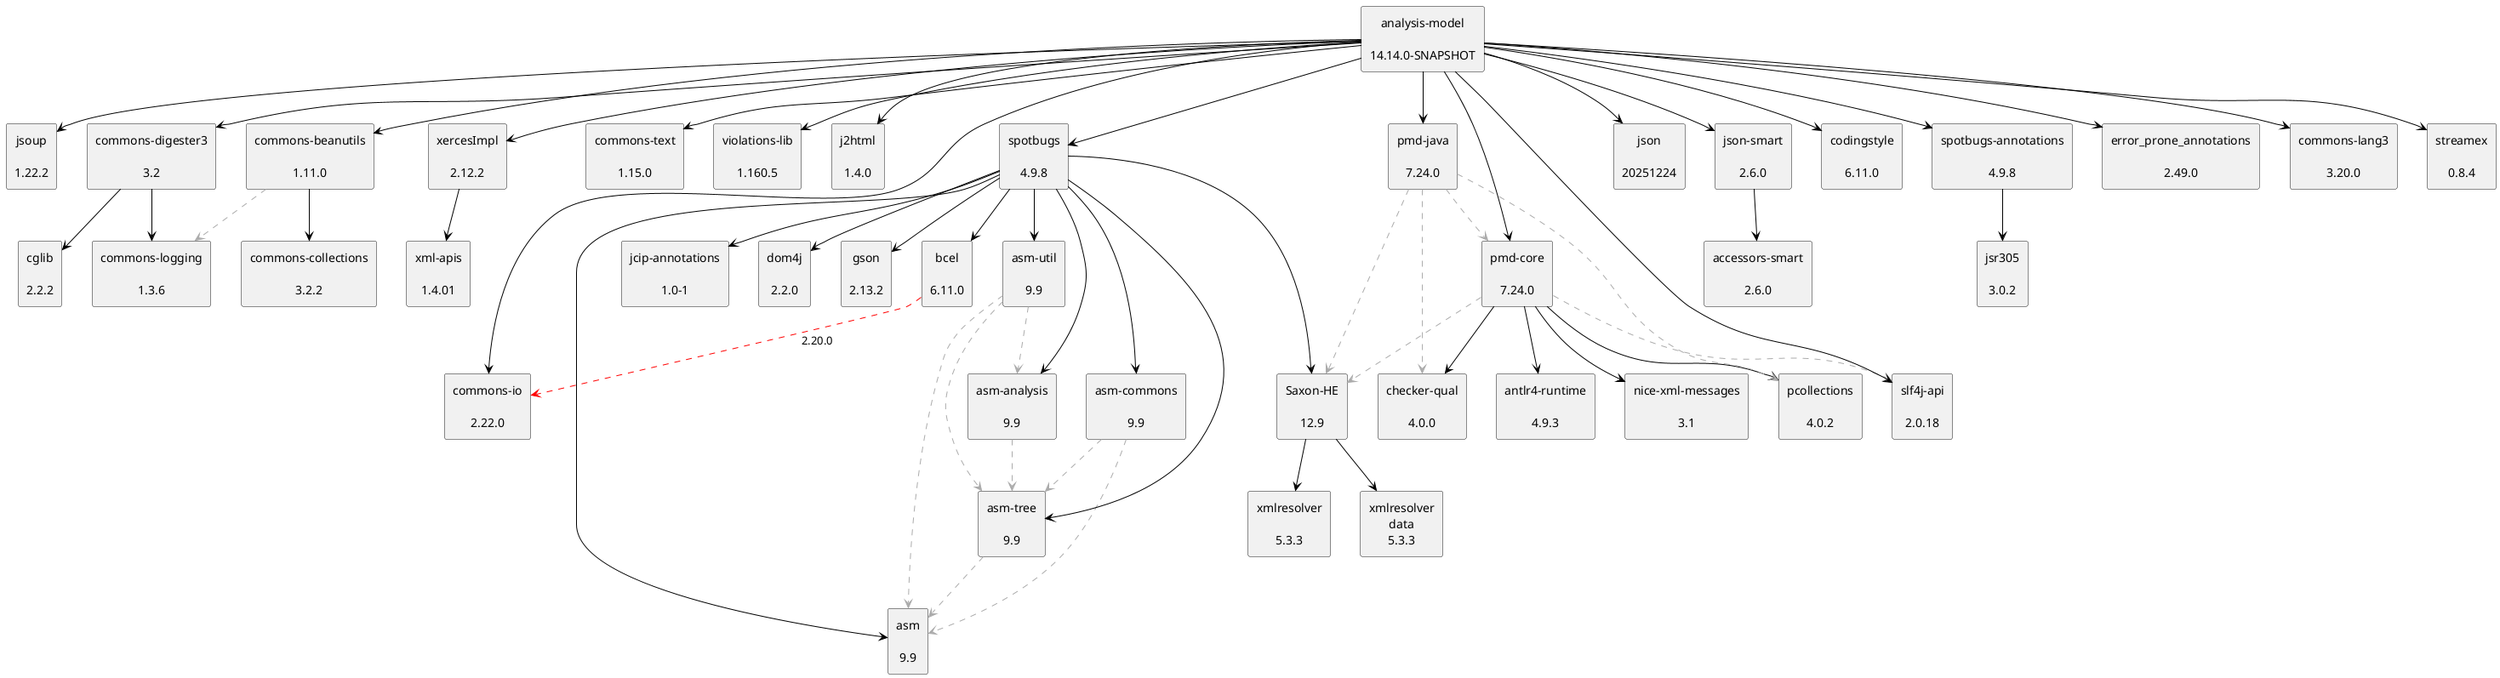
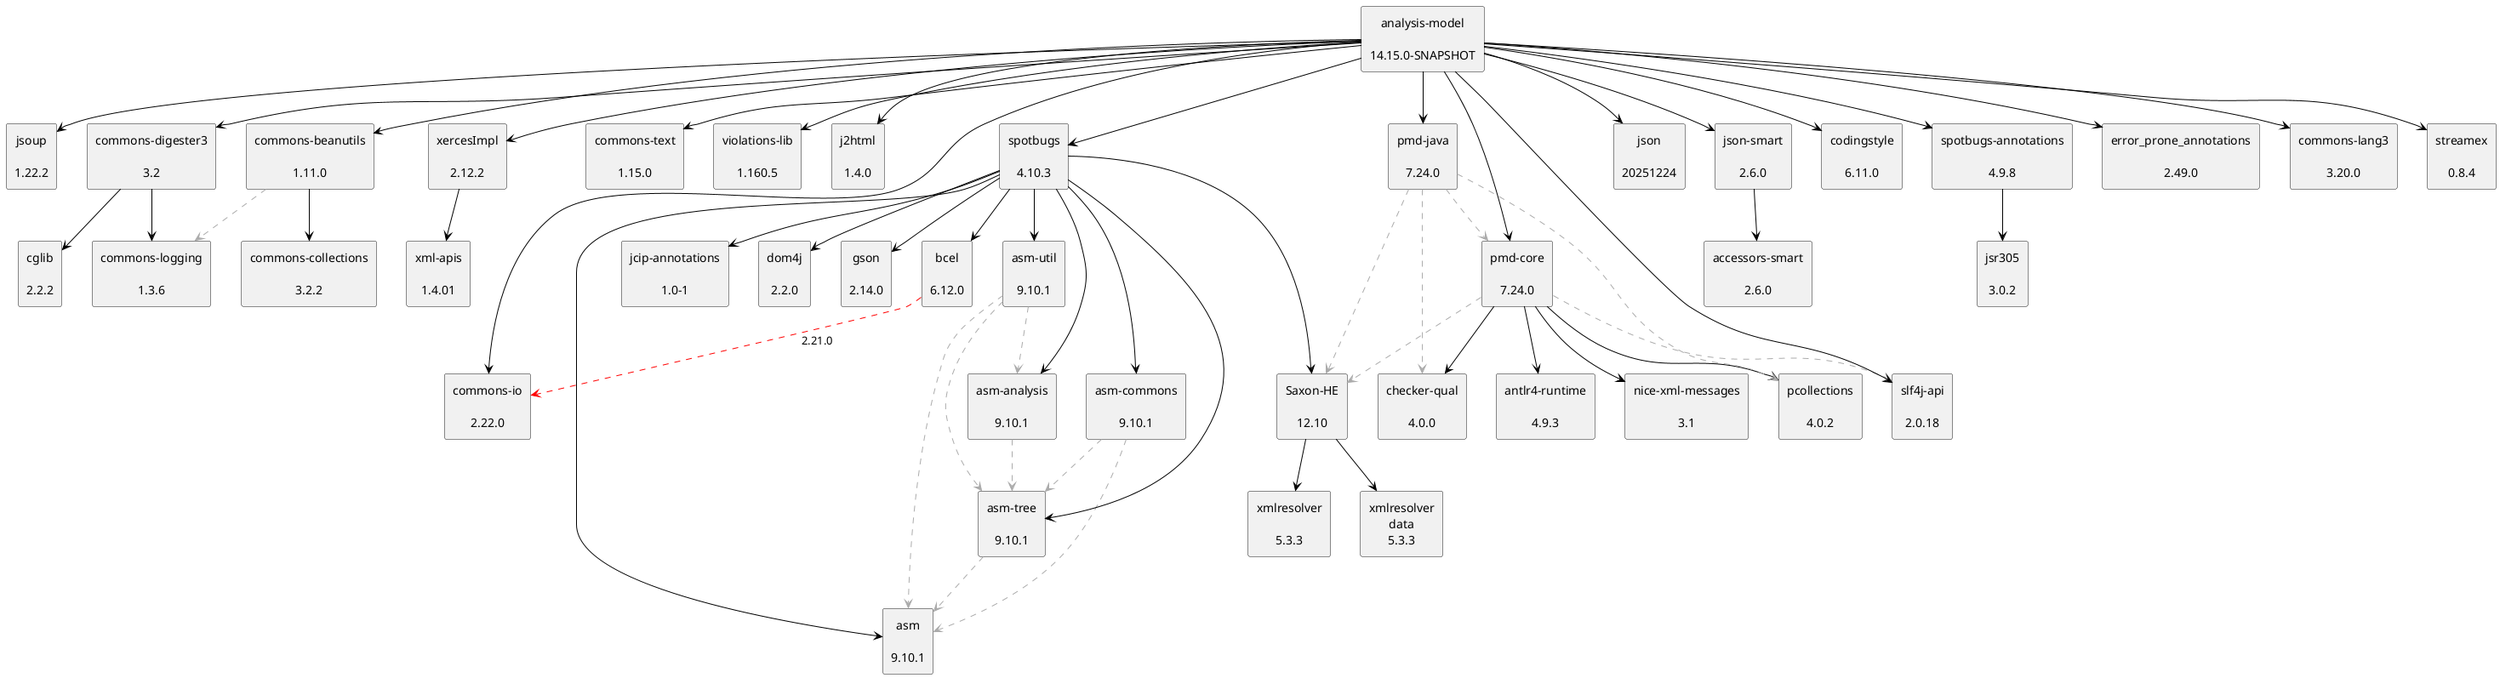
@startuml
skinparam defaultTextAlignment center
skinparam rectangle {
  BackgroundColor<<optional>> beige
  BackgroundColor<<test>> lightGreen
  BackgroundColor<<runtime>> lightBlue
  BackgroundColor<<provided>> lightGray
}
- rectangle "analysis-model\n\n14.14.0-SNAPSHOT" as edu_hm_hafner_analysis_model_jar
+ rectangle "analysis-model\n\n14.15.0-SNAPSHOT" as edu_hm_hafner_analysis_model_jar
rectangle "jsoup\n\n1.22.2" as org_jsoup_jsoup_jar
rectangle "commons-io\n\n2.22.0" as commons_io_commons_io_jar
rectangle "commons-digester3\n\n3.2" as org_apache_commons_commons_digester3_jar
rectangle "cglib\n\n2.2.2" as cglib_cglib_jar
rectangle "commons-logging\n\n1.3.6" as commons_logging_commons_logging_jar
rectangle "commons-beanutils\n\n1.11.0" as commons_beanutils_commons_beanutils_jar
rectangle "commons-collections\n\n3.2.2" as commons_collections_commons_collections_jar
rectangle "commons-text\n\n1.15.0" as org_apache_commons_commons_text_jar
rectangle "violations-lib\n\n1.160.5" as se_bjurr_violations_violations_lib_jar
rectangle "j2html\n\n1.4.0" as com_j2html_j2html_jar
rectangle "xercesImpl\n\n2.12.2" as xerces_xercesImpl_jar
rectangle "xml-apis\n\n1.4.01" as xml_apis_xml_apis_jar
- rectangle "spotbugs\n\n4.9.8" as com_github_spotbugs_spotbugs_jar
- rectangle "asm\n\n9.9" as org_ow2_asm_asm_jar
- rectangle "asm-analysis\n\n9.9" as org_ow2_asm_asm_analysis_jar
- rectangle "asm-tree\n\n9.9" as org_ow2_asm_asm_tree_jar
- rectangle "asm-commons\n\n9.9" as org_ow2_asm_asm_commons_jar
- rectangle "asm-util\n\n9.9" as org_ow2_asm_asm_util_jar
- rectangle "bcel\n\n6.11.0" as org_apache_bcel_bcel_jar
+ rectangle "spotbugs\n\n4.10.3" as com_github_spotbugs_spotbugs_jar
+ rectangle "asm\n\n9.10.1" as org_ow2_asm_asm_jar
+ rectangle "asm-analysis\n\n9.10.1" as org_ow2_asm_asm_analysis_jar
+ rectangle "asm-tree\n\n9.10.1" as org_ow2_asm_asm_tree_jar
+ rectangle "asm-commons\n\n9.10.1" as org_ow2_asm_asm_commons_jar
+ rectangle "asm-util\n\n9.10.1" as org_ow2_asm_asm_util_jar
+ rectangle "bcel\n\n6.12.0" as org_apache_bcel_bcel_jar
rectangle "jcip-annotations\n\n1.0-1" as com_github_stephenc_jcip_jcip_annotations_jar
rectangle "dom4j\n\n2.2.0" as org_dom4j_dom4j_jar
- rectangle "gson\n\n2.13.2" as com_google_code_gson_gson_jar
- rectangle "Saxon-HE\n\n12.9" as net_sf_saxon_Saxon_HE_jar
+ rectangle "gson\n\n2.14.0" as com_google_code_gson_gson_jar
+ rectangle "Saxon-HE\n\n12.10" as net_sf_saxon_Saxon_HE_jar
rectangle "xmlresolver\n\n5.3.3" as org_xmlresolver_xmlresolver_jar
rectangle "xmlresolver\ndata\n5.3.3" as org_xmlresolver_xmlresolver_jar_data
rectangle "pmd-core\n\n7.24.0" as net_sourceforge_pmd_pmd_core_jar
rectangle "slf4j-api\n\n2.0.18" as org_slf4j_slf4j_api_jar
rectangle "antlr4-runtime\n\n4.9.3" as org_antlr_antlr4_runtime_jar
rectangle "checker-qual\n\n4.0.0" as org_checkerframework_checker_qual_jar
rectangle "pcollections\n\n4.0.2" as org_pcollections_pcollections_jar
rectangle "nice-xml-messages\n\n3.1" as com_github_oowekyala_ooxml_nice_xml_messages_jar
rectangle "pmd-java\n\n7.24.0" as net_sourceforge_pmd_pmd_java_jar
rectangle "json\n\n20251224" as org_json_json_jar
rectangle "json-smart\n\n2.6.0" as net_minidev_json_smart_jar
rectangle "accessors-smart\n\n2.6.0" as net_minidev_accessors_smart_jar
rectangle "codingstyle\n\n6.11.0" as edu_hm_hafner_codingstyle_jar
rectangle "spotbugs-annotations\n\n4.9.8" as com_github_spotbugs_spotbugs_annotations_jar
rectangle "jsr305\n\n3.0.2" as com_google_code_findbugs_jsr305_jar
rectangle "error_prone_annotations\n\n2.49.0" as com_google_errorprone_error_prone_annotations_jar
rectangle "commons-lang3\n\n3.20.0" as org_apache_commons_commons_lang3_jar
rectangle "streamex\n\n0.8.4" as one_util_streamex_jar
edu_hm_hafner_analysis_model_jar -[#000000]-> org_jsoup_jsoup_jar
edu_hm_hafner_analysis_model_jar -[#000000]-> commons_io_commons_io_jar
org_apache_commons_commons_digester3_jar -[#000000]-> cglib_cglib_jar
org_apache_commons_commons_digester3_jar -[#000000]-> commons_logging_commons_logging_jar
edu_hm_hafner_analysis_model_jar -[#000000]-> org_apache_commons_commons_digester3_jar
commons_beanutils_commons_beanutils_jar .[#ABABAB].> commons_logging_commons_logging_jar
commons_beanutils_commons_beanutils_jar -[#000000]-> commons_collections_commons_collections_jar
edu_hm_hafner_analysis_model_jar -[#000000]-> commons_beanutils_commons_beanutils_jar
edu_hm_hafner_analysis_model_jar -[#000000]-> org_apache_commons_commons_text_jar
edu_hm_hafner_analysis_model_jar -[#000000]-> se_bjurr_violations_violations_lib_jar
edu_hm_hafner_analysis_model_jar -[#000000]-> com_j2html_j2html_jar
xerces_xercesImpl_jar -[#000000]-> xml_apis_xml_apis_jar
edu_hm_hafner_analysis_model_jar -[#000000]-> xerces_xercesImpl_jar
com_github_spotbugs_spotbugs_jar -[#000000]-> org_ow2_asm_asm_jar
org_ow2_asm_asm_analysis_jar .[#ABABAB].> org_ow2_asm_asm_tree_jar
com_github_spotbugs_spotbugs_jar -[#000000]-> org_ow2_asm_asm_analysis_jar
org_ow2_asm_asm_commons_jar .[#ABABAB].> org_ow2_asm_asm_jar
org_ow2_asm_asm_commons_jar .[#ABABAB].> org_ow2_asm_asm_tree_jar
com_github_spotbugs_spotbugs_jar -[#000000]-> org_ow2_asm_asm_commons_jar
org_ow2_asm_asm_tree_jar .[#ABABAB].> org_ow2_asm_asm_jar
com_github_spotbugs_spotbugs_jar -[#000000]-> org_ow2_asm_asm_tree_jar
org_ow2_asm_asm_util_jar .[#ABABAB].> org_ow2_asm_asm_jar
org_ow2_asm_asm_util_jar .[#ABABAB].> org_ow2_asm_asm_tree_jar
org_ow2_asm_asm_util_jar .[#ABABAB].> org_ow2_asm_asm_analysis_jar
com_github_spotbugs_spotbugs_jar -[#000000]-> org_ow2_asm_asm_util_jar
- org_apache_bcel_bcel_jar .[#FF0000].> commons_io_commons_io_jar: 2.20.0
+ org_apache_bcel_bcel_jar .[#FF0000].> commons_io_commons_io_jar: 2.21.0
com_github_spotbugs_spotbugs_jar -[#000000]-> org_apache_bcel_bcel_jar
com_github_spotbugs_spotbugs_jar -[#000000]-> com_github_stephenc_jcip_jcip_annotations_jar
com_github_spotbugs_spotbugs_jar -[#000000]-> org_dom4j_dom4j_jar
com_github_spotbugs_spotbugs_jar -[#000000]-> com_google_code_gson_gson_jar
net_sf_saxon_Saxon_HE_jar -[#000000]-> org_xmlresolver_xmlresolver_jar
net_sf_saxon_Saxon_HE_jar -[#000000]-> org_xmlresolver_xmlresolver_jar_data
com_github_spotbugs_spotbugs_jar -[#000000]-> net_sf_saxon_Saxon_HE_jar
edu_hm_hafner_analysis_model_jar -[#000000]-> com_github_spotbugs_spotbugs_jar
net_sourceforge_pmd_pmd_core_jar .[#ABABAB].> org_slf4j_slf4j_api_jar
net_sourceforge_pmd_pmd_core_jar -[#000000]-> org_antlr_antlr4_runtime_jar
net_sourceforge_pmd_pmd_core_jar .[#ABABAB].> net_sf_saxon_Saxon_HE_jar
net_sourceforge_pmd_pmd_core_jar -[#000000]-> org_checkerframework_checker_qual_jar
net_sourceforge_pmd_pmd_core_jar -[#000000]-> org_pcollections_pcollections_jar
net_sourceforge_pmd_pmd_core_jar -[#000000]-> com_github_oowekyala_ooxml_nice_xml_messages_jar
edu_hm_hafner_analysis_model_jar -[#000000]-> net_sourceforge_pmd_pmd_core_jar
net_sourceforge_pmd_pmd_java_jar .[#ABABAB].> net_sourceforge_pmd_pmd_core_jar
net_sourceforge_pmd_pmd_java_jar .[#ABABAB].> org_checkerframework_checker_qual_jar
net_sourceforge_pmd_pmd_java_jar .[#ABABAB].> net_sf_saxon_Saxon_HE_jar
net_sourceforge_pmd_pmd_java_jar .[#ABABAB].> org_pcollections_pcollections_jar
edu_hm_hafner_analysis_model_jar -[#000000]-> net_sourceforge_pmd_pmd_java_jar
edu_hm_hafner_analysis_model_jar -[#000000]-> org_json_json_jar
net_minidev_json_smart_jar -[#000000]-> net_minidev_accessors_smart_jar
edu_hm_hafner_analysis_model_jar -[#000000]-> net_minidev_json_smart_jar
edu_hm_hafner_analysis_model_jar -[#000000]-> org_slf4j_slf4j_api_jar
edu_hm_hafner_analysis_model_jar -[#000000]-> edu_hm_hafner_codingstyle_jar
com_github_spotbugs_spotbugs_annotations_jar -[#000000]-> com_google_code_findbugs_jsr305_jar
edu_hm_hafner_analysis_model_jar -[#000000]-> com_github_spotbugs_spotbugs_annotations_jar
edu_hm_hafner_analysis_model_jar -[#000000]-> com_google_errorprone_error_prone_annotations_jar
edu_hm_hafner_analysis_model_jar -[#000000]-> org_apache_commons_commons_lang3_jar
edu_hm_hafner_analysis_model_jar -[#000000]-> one_util_streamex_jar
@enduml